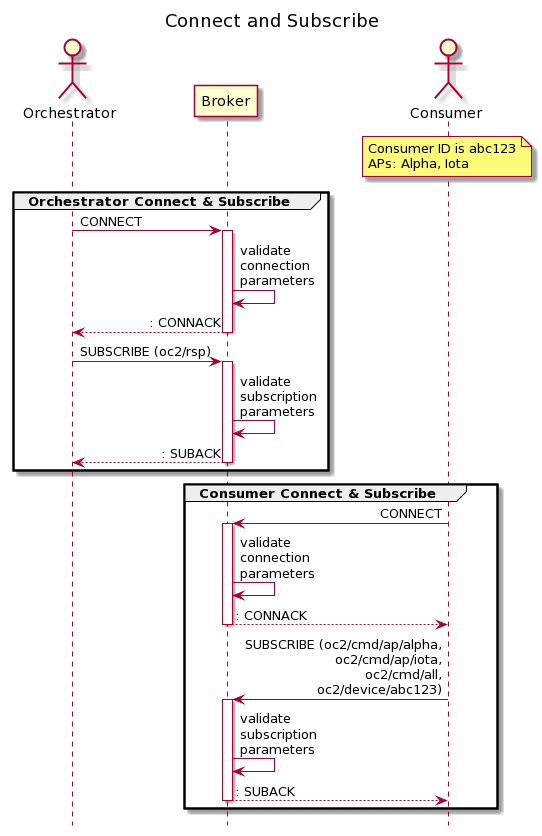
Above: images/con_sub.png in oasis-tcs/openc2-transf-mqtt (PlantUML), before the change.
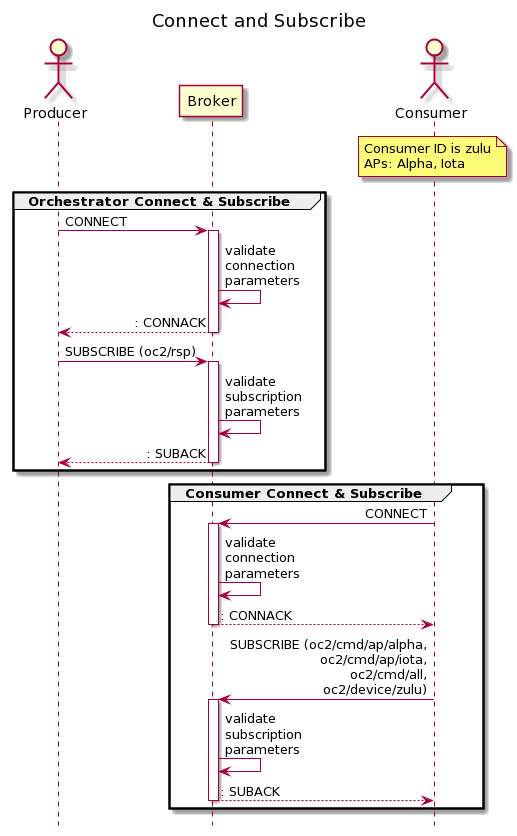
Above is the later version.

The edit, as a diff of the source:
```diff
@@ -4,19 +4,18 @@
 Title Connect and Subscribe
 hide footbox
 skinparam sequenceMessageAlign direction
-actor Orchestrator as O
+actor Producer as P
 participant Broker as B
 actor Consumer as C
-note over C: Consumer ID is abc123\nAPs: Alpha, Iota
+note over C: Consumer ID is zulu\nAPs: Alpha, Iota
 group Orchestrator Connect & Subscribe
-O -> B : CONNECT
+P -> B : CONNECT
 activate B
 B -> B : validate\nconnection\nparameters
 return : CONNACK
-O -> B : SUBSCRIBE (oc2/rsp)
+P -> B : SUBSCRIBE (oc2/rsp)
 activate B
 B -> B : validate\nsubscription\nparameters
-
 return : SUBACK
 end
 group Consumer Connect & Subscribe
@@ -24,7 +23,7 @@
 activate B
 B -> B : validate\nconnection\nparameters
 return : CONNACK
-C -> B : SUBSCRIBE (oc2/cmd/ap/alpha,\noc2/cmd/ap/iota,\noc2/cmd/all,\noc2/device/abc123)
+C -> B : SUBSCRIBE (oc2/cmd/ap/alpha,\noc2/cmd/ap/iota,\noc2/cmd/all,\noc2/device/zulu)
 activate B
 B -> B : validate\nsubscription\nparameters
 
```
